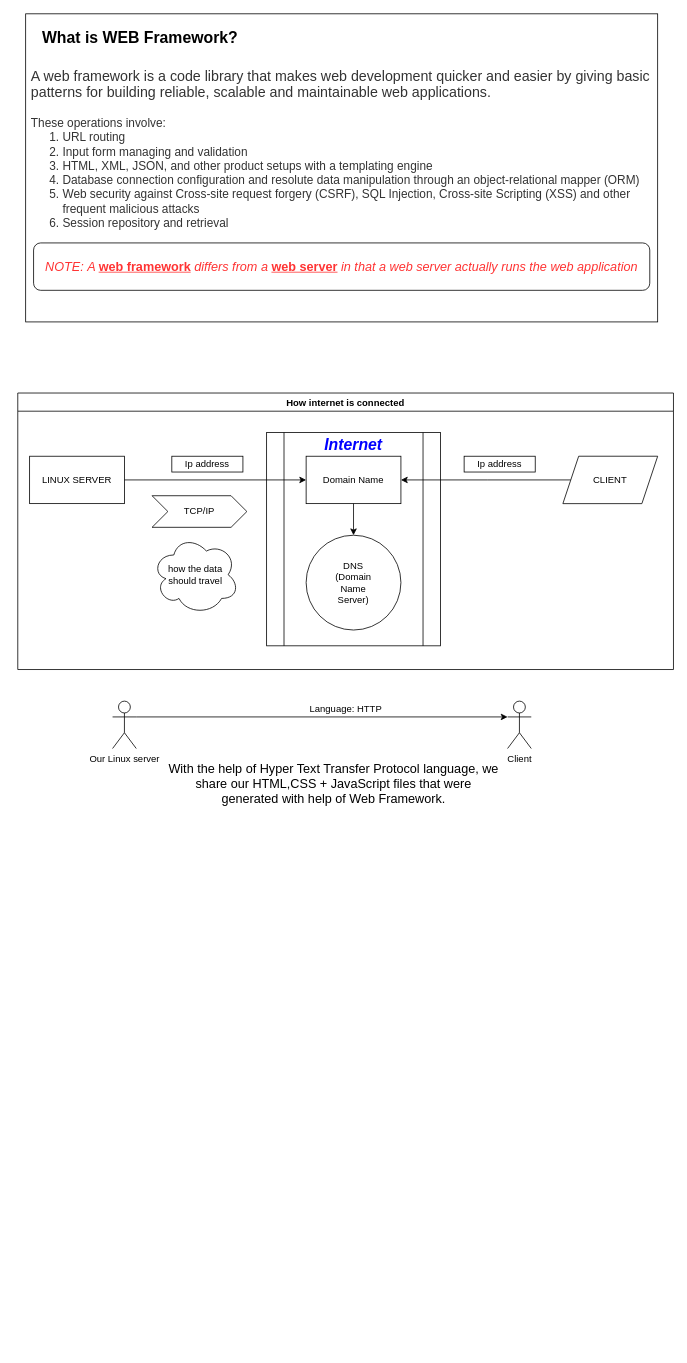
Before: page "web framework" (2 of 2) of Untitled Diagram.drawio in the-mohamed-riaz/Angular-projects, a draw.io diagram. Source tidied: cells renumbered, new cells numbered last; positions are measured from the earlier drawing's top-left corner, leaving out a move shared by most shapes. Both pictures are drawn from the tidied source at 79%, with x=0, y=0 at pixel (17, 13).
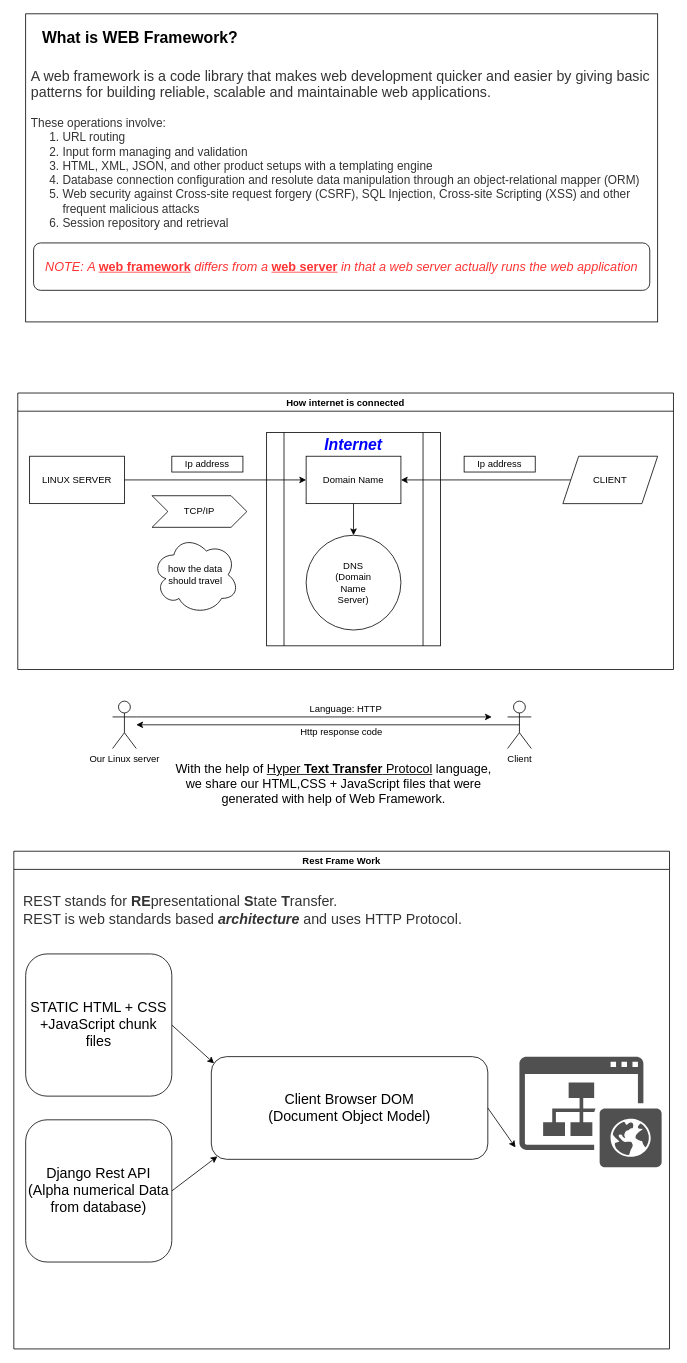
The same diagram, later.

Unchanged cells that the change refers to:
```xml
<mxCell id="21" value="Our Linux server" style="shape=umlActor;verticalLabelPosition=bottom;verticalAlign=top;html=1;outlineConnect=0;" parent="1" vertex="1">
  <mxGeometry x="120" y="870" width="30" height="60" as="geometry" />
</mxCell>
<mxCell id="22" value="Client" style="shape=umlActor;verticalLabelPosition=bottom;verticalAlign=top;html=1;outlineConnect=0;" parent="1" vertex="1">
  <mxGeometry x="620" y="870" width="30" height="60" as="geometry" />
</mxCell>
```

What changed in the source:
```diff
@@
-    <mxCell id="20" style="edgeStyle=none;rounded=0;jettySize=auto;html=1;exitX=1;exitY=0.3333333333333333;exitDx=0;exitDy=0;exitPerimeter=0;entryX=0;entryY=0.3333333333333333;entryDx=0;entryDy=0;entryPerimeter=0;" parent="1" edge="1" source="21" target="22">
-      <mxGeometry relative="1" as="geometry" />
+    <mxCell id="20" style="edgeStyle=none;rounded=0;jettySize=auto;html=1;exitX=1;exitY=0.3333333333333333;exitDx=0;exitDy=0;exitPerimeter=0;" parent="1" edge="1" source="21">
+      <mxGeometry relative="1" as="geometry">
+        <mxPoint x="600" y="890" as="targetPoint" />
+      </mxGeometry>
     </mxCell>
@@
+    <mxCell id="25" style="edgeStyle=none;rounded=0;jettySize=auto;html=1;exitX=0.5;exitY=0.5;exitDx=0;exitDy=0;exitPerimeter=0;" parent="1" edge="1" source="22" target="21">
+      <mxGeometry relative="1" as="geometry" />
+    </mxCell>
@@
-    <mxCell id="24" value="&lt;font style=&quot;font-size: 16px&quot;&gt;With the help of Hyper Text Transfer Protocol language, we share our HTML,CSS + JavaScript files that were generated with help of Web Framework.&lt;/font&gt;" style="text;html=1;strokeColor=none;fillColor=none;align=center;verticalAlign=middle;whiteSpace=wrap;rounded=0;" parent="1" vertex="1">
+    <mxCell id="24" value="&lt;font style=&quot;font-size: 16px&quot;&gt;With the help of &lt;u&gt;Hyper &lt;b&gt;Text Transfer&lt;/b&gt; Protocol&lt;/u&gt; language, we share our HTML,CSS + JavaScript files that were generated with help of Web Framework.&lt;/font&gt;" style="text;html=1;strokeColor=none;fillColor=none;align=center;verticalAlign=middle;whiteSpace=wrap;rounded=0;" parent="1" vertex="1">
       <mxGeometry x="190" y="910" width="420" height="130" as="geometry" />
     </mxCell>
+    <mxCell id="26" value="Http response code" style="text;html=1;strokeColor=none;fillColor=none;align=center;verticalAlign=middle;whiteSpace=wrap;rounded=0;" parent="1" vertex="1">
+      <mxGeometry x="335" y="900" width="150" height="20" as="geometry" />
+    </mxCell>
+    <mxCell id="27" value="Rest Frame Work" style="swimlane;" parent="1" vertex="1">
+      <mxGeometry x="-5" y="1060" width="830" height="630" as="geometry" />
+    </mxCell>
+    <mxCell id="28" value="&lt;span style=&quot;font-family: &amp;#34;arial&amp;#34; , &amp;#34;verdana&amp;#34; , &amp;#34;tahoma&amp;#34; ; font-size: 18px ; background-color: rgb(255 , 255 , 255)&quot;&gt;&lt;font color=&quot;#333333&quot;&gt;REST stands for &lt;b&gt;RE&lt;/b&gt;presentational &lt;b&gt;S&lt;/b&gt;tate &lt;b&gt;T&lt;/b&gt;ransfer. &lt;br&gt;REST is web standards based&lt;i&gt;&lt;b&gt; architecture&lt;/b&gt;&lt;/i&gt; and uses HTTP Protocol.&lt;/font&gt;&lt;/span&gt;" style="text;html=1;strokeColor=none;fillColor=none;align=left;verticalAlign=middle;whiteSpace=wrap;rounded=0;fontSize=18;" parent="27" vertex="1">
+      <mxGeometry x="10" y="30" width="800" height="90" as="geometry" />
+    </mxCell>
+    <mxCell id="29" style="edgeStyle=none;rounded=0;jettySize=auto;html=1;exitX=1;exitY=0.5;exitDx=0;exitDy=0;fontSize=18;entryX=0.01;entryY=0.066;entryDx=0;entryDy=0;entryPerimeter=0;" parent="27" edge="1" source="30" target="33">
+      <mxGeometry relative="1" as="geometry" />
+    </mxCell>
+    <mxCell id="30" value="STATIC HTML + CSS +JavaScript chunk files" style="rounded=1;whiteSpace=wrap;html=1;fontSize=18;align=center;" parent="27" vertex="1">
+      <mxGeometry x="15" y="130" width="185" height="180" as="geometry" />
+    </mxCell>
+    <mxCell id="31" style="edgeStyle=none;rounded=0;jettySize=auto;html=1;exitX=1;exitY=0.5;exitDx=0;exitDy=0;entryX=0.022;entryY=0.971;entryDx=0;entryDy=0;fontSize=18;entryPerimeter=0;" parent="27" edge="1" source="32" target="33">
+      <mxGeometry relative="1" as="geometry" />
+    </mxCell>
+    <mxCell id="32" value="Django Rest API&lt;br&gt;(Alpha numerical Data&lt;br&gt;from database)" style="rounded=1;whiteSpace=wrap;html=1;fontSize=18;align=center;" parent="27" vertex="1">
+      <mxGeometry x="15" y="340" width="185" height="180" as="geometry" />
+    </mxCell>
+    <mxCell id="33" value="Client Browser DOM&lt;br&gt;(Document Object Model)" style="rounded=1;whiteSpace=wrap;html=1;fontSize=18;align=center;" parent="27" vertex="1">
+      <mxGeometry x="250" y="260" width="350" height="130" as="geometry" />
+    </mxCell>
+    <mxCell id="34" style="shadow=0;dashed=0;html=1;strokeColor=none;fillColor=#505050;labelPosition=center;verticalLabelPosition=bottom;verticalAlign=top;align=center;shape=mxgraph.office.sites.website_public;fontSize=18;" parent="27" vertex="1">
+      <mxGeometry x="640" y="260" width="180" height="140" as="geometry" />
+    </mxCell>
+    <mxCell id="35" style="edgeStyle=none;rounded=0;jettySize=auto;html=1;exitX=1;exitY=0.5;exitDx=0;exitDy=0;fontSize=18;" parent="1" edge="1" source="33">
+      <mxGeometry relative="1" as="geometry">
+        <mxPoint x="630" y="1435" as="targetPoint" />
+      </mxGeometry>
+    </mxCell>
```
